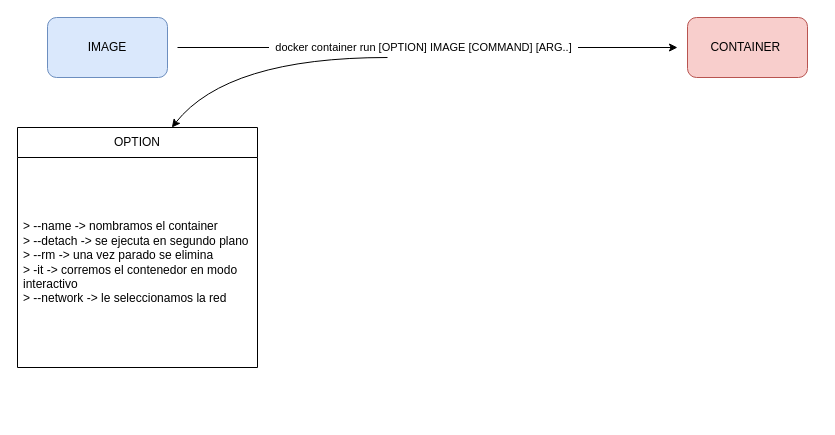
This is Diagrama sin título.drawio from arroyo-D/arroyo-D, a draw.io file, before an edit. Source tidied: cells renumbered, new cells numbered last; positions are measured from the earlier drawing's top-left corner, leaving out a move shared by most shapes. Both pictures are drawn from the tidied source at 100%, with x=0, y=0 at pixel (17, 17).
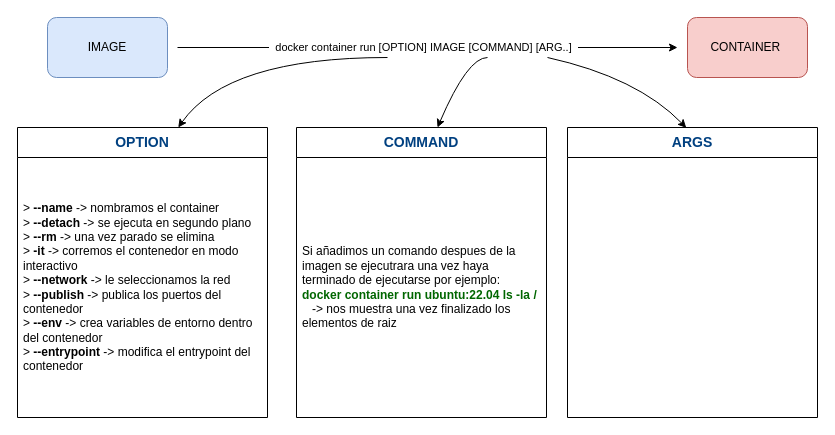
After the change.

Diff of the diagram source:
```diff
@@
-    <mxCell id="6" value="OPTION" style="swimlane;fontStyle=0;horizontal=1;startSize=30;whiteSpace=wrap;html=1;" parent="1" vertex="1">
-      <mxGeometry y="110" width="240" height="240" as="geometry" />
+    <mxCell id="6" value="&lt;font color=&quot;#004080&quot; style=&quot;font-size: 14px;&quot;&gt;&lt;b&gt;OPTION&lt;/b&gt;&lt;/font&gt;" style="swimlane;fontStyle=0;horizontal=1;startSize=30;whiteSpace=wrap;html=1;" parent="1" vertex="1">
+      <mxGeometry y="110" width="250" height="290" as="geometry" />
     </mxCell>
-    <mxCell id="7" value="&amp;gt; --name -&amp;gt; nombramos el container&lt;br&gt;&amp;gt; --detach -&amp;gt; se ejecuta en segundo plano&lt;br&gt;&amp;gt; --rm -&amp;gt; una vez parado se elimina&amp;nbsp;&lt;br&gt;&amp;gt; -it -&amp;gt; corremos el contenedor en modo interactivo&lt;br&gt;&amp;gt; --network -&amp;gt; le seleccionamos la red&amp;nbsp;&lt;br&gt;" style="text;strokeColor=none;fillColor=none;align=left;verticalAlign=middle;spacingLeft=4;spacingRight=4;overflow=hidden;whiteSpace=wrap;html=1;" parent="6" vertex="1">
-      <mxGeometry y="30" width="240" height="210" as="geometry" />
+    <mxCell id="7" value="&amp;gt; &lt;b&gt;--name&lt;/b&gt; -&amp;gt; nombramos el container&lt;br&gt;&amp;gt;&lt;b&gt; --detach&lt;/b&gt; -&amp;gt; se ejecuta en segundo plano&lt;br&gt;&amp;gt; &lt;b&gt;--rm&lt;/b&gt; -&amp;gt; una vez parado se elimina&amp;nbsp;&lt;br&gt;&amp;gt;&lt;b&gt; -it&lt;/b&gt; -&amp;gt; corremos el contenedor en modo interactivo&lt;br&gt;&amp;gt; &lt;b&gt;--network&lt;/b&gt; -&amp;gt; le seleccionamos la red&amp;nbsp;&lt;br&gt;&amp;gt; &lt;b&gt;--publish&lt;/b&gt; -&amp;gt; publica los puertos del contenedor&lt;br&gt;&amp;gt; &lt;b&gt;--env &lt;/b&gt;-&amp;gt; crea variables de entorno dentro del contenedor&lt;br&gt;&amp;gt; &lt;b&gt;--entrypoint&lt;/b&gt; -&amp;gt; modifica el entrypoint del contenedor&amp;nbsp;" style="text;strokeColor=none;fillColor=none;align=left;verticalAlign=middle;spacingLeft=4;spacingRight=4;overflow=hidden;whiteSpace=wrap;html=1;" parent="6" vertex="1">
+      <mxGeometry y="30" width="250" height="260" as="geometry" />
     </mxCell>
@@
+    <mxCell id="9" value="&lt;font color=&quot;#004080&quot;&gt;&lt;span style=&quot;font-size: 14px;&quot;&gt;&lt;b&gt;COMMAND&lt;/b&gt;&lt;/span&gt;&lt;/font&gt;" style="swimlane;fontStyle=0;horizontal=1;startSize=30;whiteSpace=wrap;html=1;" parent="1" vertex="1">
+      <mxGeometry x="279" y="110" width="250" height="290" as="geometry" />
+    </mxCell>
+    <mxCell id="10" value="Si añadimos un comando despues de la imagen se ejecutrara una vez haya terminado de ejecutarse por ejemplo:&amp;nbsp;&lt;br&gt;&lt;b&gt;&lt;font color=&quot;#006600&quot;&gt;docker container run ubuntu:22.04 ls -la /&lt;/font&gt;&lt;/b&gt;&amp;nbsp; &amp;nbsp; &amp;nbsp;-&amp;gt; nos muestra una vez finalizado los elementos de raiz" style="text;strokeColor=none;fillColor=none;align=left;verticalAlign=middle;spacingLeft=4;spacingRight=4;overflow=hidden;whiteSpace=wrap;html=1;" parent="9" vertex="1">
+      <mxGeometry y="30" width="250" height="260" as="geometry" />
+    </mxCell>
+    <mxCell id="11" value="&lt;font color=&quot;#004080&quot;&gt;&lt;span style=&quot;font-size: 14px;&quot;&gt;&lt;b&gt;ARGS&lt;/b&gt;&lt;/span&gt;&lt;/font&gt;" style="swimlane;fontStyle=0;horizontal=1;startSize=30;whiteSpace=wrap;html=1;" parent="1" vertex="1">
+      <mxGeometry x="550" y="110" width="250" height="290" as="geometry" />
+    </mxCell>
+    <mxCell id="12" style="curved=1;endArrow=classic;html=1;rounded=0;entryX=0.564;entryY=0;entryDx=0;entryDy=0;entryPerimeter=0;" parent="1" edge="1" target="9">
+      <mxGeometry relative="1" as="geometry">
+        <mxPoint x="470" y="40" as="sourcePoint" />
+        <Array as="points">
+          <mxPoint x="450" y="40" />
+        </Array>
+      </mxGeometry>
+    </mxCell>
+    <mxCell id="13" style="curved=1;endArrow=classic;html=1;rounded=0;entryX=0.475;entryY=0.001;entryDx=0;entryDy=0;entryPerimeter=0;" parent="1" edge="1" target="11">
+      <mxGeometry relative="1" as="geometry">
+        <mxPoint x="530" y="40" as="sourcePoint" />
+        <Array as="points">
+          <mxPoint x="620" y="60" />
+        </Array>
+      </mxGeometry>
+    </mxCell>
```
